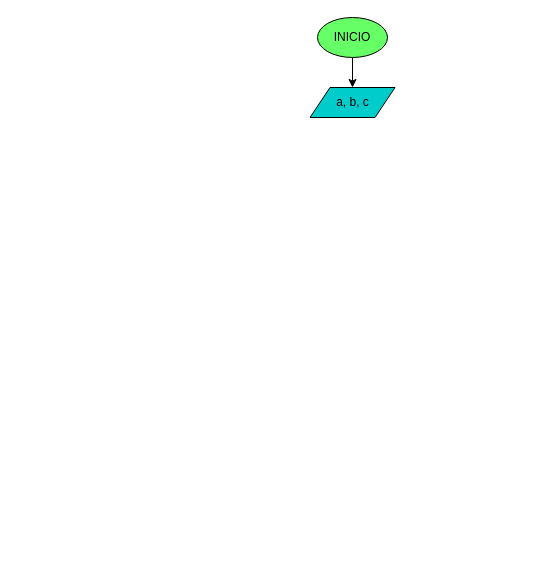
Above: diagrama.drawio in sistemas-colegio-guanenta/quiz-condicionales-tovaromero (draw.io), before the change. Source tidied: cells renumbered, new cells numbered last; positions are measured from the earlier drawing's top-left corner, leaving out a move shared by most shapes. Both pictures are drawn from the tidied source at 100%, with x=0, y=0 at pixel (309, 17).
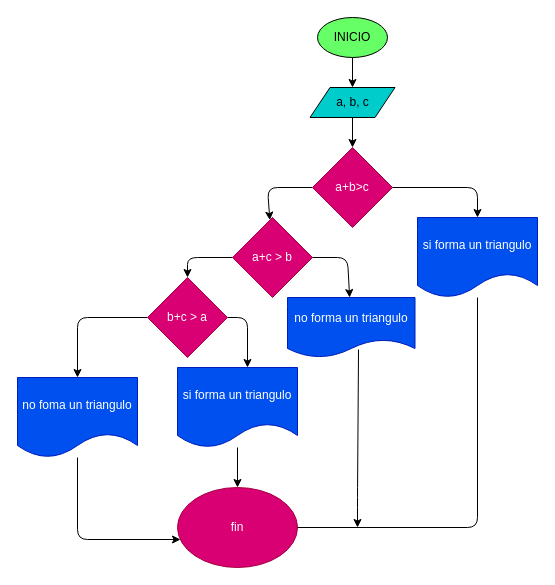
Above is the later version.

The change refers to these unchanged cells:
```xml
<mxCell id="4" value="a, b, c" style="shape=parallelogram;perimeter=parallelogramPerimeter;whiteSpace=wrap;html=1;fixedSize=1;fillColor=#00CCCC;" parent="1" vertex="1">
  <mxGeometry x="0.5" y="70" width="85" height="30" as="geometry" />
</mxCell>
```

Change to the diagram source:
```diff
@@
+    <mxCell id="5" style="edgeStyle=none;html=1;" parent="1" edge="1" source="4" target="8">
+      <mxGeometry relative="1" as="geometry" />
+    </mxCell>
@@
+    <mxCell id="6" style="edgeStyle=none;html=1;" parent="1" edge="1" source="8" target="11">
+      <mxGeometry relative="1" as="geometry">
+        <Array as="points">
+          <mxPoint x="-42" y="170" />
+        </Array>
+      </mxGeometry>
+    </mxCell>
+    <mxCell id="7" style="edgeStyle=none;html=1;" parent="1" edge="1" source="8" target="16">
+      <mxGeometry relative="1" as="geometry">
+        <Array as="points">
+          <mxPoint x="168" y="170" />
+        </Array>
+      </mxGeometry>
+    </mxCell>
+    <mxCell id="8" value="a+b&amp;gt;c" style="rhombus;whiteSpace=wrap;html=1;fillColor=#d80073;fontColor=#ffffff;strokeColor=#A50040;" parent="1" vertex="1">
+      <mxGeometry x="3" y="130" width="80" height="80" as="geometry" />
+    </mxCell>
+    <mxCell id="9" style="edgeStyle=none;html=1;" parent="1" edge="1" source="11" target="14">
+      <mxGeometry relative="1" as="geometry">
+        <Array as="points">
+          <mxPoint x="-122" y="240" />
+        </Array>
+      </mxGeometry>
+    </mxCell>
+    <mxCell id="10" style="edgeStyle=none;html=1;" parent="1" edge="1" source="11" target="22">
+      <mxGeometry relative="1" as="geometry">
+        <Array as="points">
+          <mxPoint x="38" y="240" />
+        </Array>
+      </mxGeometry>
+    </mxCell>
+    <mxCell id="11" value="a+c &amp;gt; b" style="rhombus;whiteSpace=wrap;html=1;fillColor=#d80073;strokeColor=#A50040;fontColor=#ffffff;" parent="1" vertex="1">
+      <mxGeometry x="-77" y="200" width="80" height="80" as="geometry" />
+    </mxCell>
+    <mxCell id="12" style="edgeStyle=none;html=1;" parent="1" edge="1" source="14" target="18">
+      <mxGeometry relative="1" as="geometry">
+        <Array as="points">
+          <mxPoint x="-232" y="300" />
+        </Array>
+      </mxGeometry>
+    </mxCell>
+    <mxCell id="13" style="edgeStyle=none;html=1;" parent="1" edge="1" source="14">
+      <mxGeometry relative="1" as="geometry">
+        <mxPoint x="-62" y="350" as="targetPoint" />
+        <Array as="points">
+          <mxPoint x="-62" y="300" />
+        </Array>
+      </mxGeometry>
+    </mxCell>
+    <mxCell id="14" value="b+c &amp;gt; a" style="rhombus;whiteSpace=wrap;html=1;fillColor=#d80073;strokeColor=#A50040;fontColor=#ffffff;" parent="1" vertex="1">
+      <mxGeometry x="-162" y="260" width="80" height="80" as="geometry" />
+    </mxCell>
+    <mxCell id="15" style="edgeStyle=none;html=1;" parent="1" edge="1" source="16">
+      <mxGeometry relative="1" as="geometry">
+        <mxPoint x="-122" y="510" as="targetPoint" />
+        <Array as="points">
+          <mxPoint x="168" y="510" />
+        </Array>
+      </mxGeometry>
+    </mxCell>
+    <mxCell id="16" value="si forma un triangulo" style="shape=document;whiteSpace=wrap;html=1;boundedLbl=1;fillColor=#0050ef;strokeColor=#001DBC;fontColor=#ffffff;" parent="1" vertex="1">
+      <mxGeometry x="108" y="200" width="120" height="80" as="geometry" />
+    </mxCell>
+    <mxCell id="17" style="edgeStyle=none;html=1;entryX=0.025;entryY=0.65;entryDx=0;entryDy=0;entryPerimeter=0;" parent="1" edge="1" source="18" target="23">
+      <mxGeometry relative="1" as="geometry">
+        <Array as="points">
+          <mxPoint x="-232" y="522" />
+        </Array>
+      </mxGeometry>
+    </mxCell>
+    <mxCell id="18" value="no foma un triangulo" style="shape=document;whiteSpace=wrap;html=1;boundedLbl=1;fillColor=#0050ef;strokeColor=#001DBC;fontColor=#ffffff;" parent="1" vertex="1">
+      <mxGeometry x="-292" y="360" width="120" height="80" as="geometry" />
+    </mxCell>
+    <mxCell id="19" style="edgeStyle=none;html=1;" parent="1" edge="1" source="20" target="23">
+      <mxGeometry relative="1" as="geometry" />
+    </mxCell>
+    <mxCell id="20" value="si forma un triangulo" style="shape=document;whiteSpace=wrap;html=1;boundedLbl=1;fillColor=#0050ef;fontColor=#ffffff;strokeColor=#001DBC;" parent="1" vertex="1">
+      <mxGeometry x="-132" y="350" width="120" height="80" as="geometry" />
+    </mxCell>
+    <mxCell id="21" style="edgeStyle=none;html=1;exitX=0.557;exitY=0.867;exitDx=0;exitDy=0;exitPerimeter=0;" parent="1" edge="1" source="22">
+      <mxGeometry relative="1" as="geometry">
+        <mxPoint x="48" y="510" as="targetPoint" />
+        <Array as="points">
+          <mxPoint x="48" y="480" />
+        </Array>
+      </mxGeometry>
+    </mxCell>
+    <mxCell id="22" value="no forma un triangulo" style="shape=document;whiteSpace=wrap;html=1;boundedLbl=1;fillColor=#0050ef;fontColor=#ffffff;strokeColor=#001DBC;" parent="1" vertex="1">
+      <mxGeometry x="-22" y="280" width="127.5" height="60" as="geometry" />
+    </mxCell>
+    <mxCell id="23" value="fin" style="ellipse;whiteSpace=wrap;html=1;fillColor=#d80073;fontColor=#ffffff;strokeColor=#A50040;" parent="1" vertex="1">
+      <mxGeometry x="-132" y="470" width="120" height="80" as="geometry" />
+    </mxCell>
```
